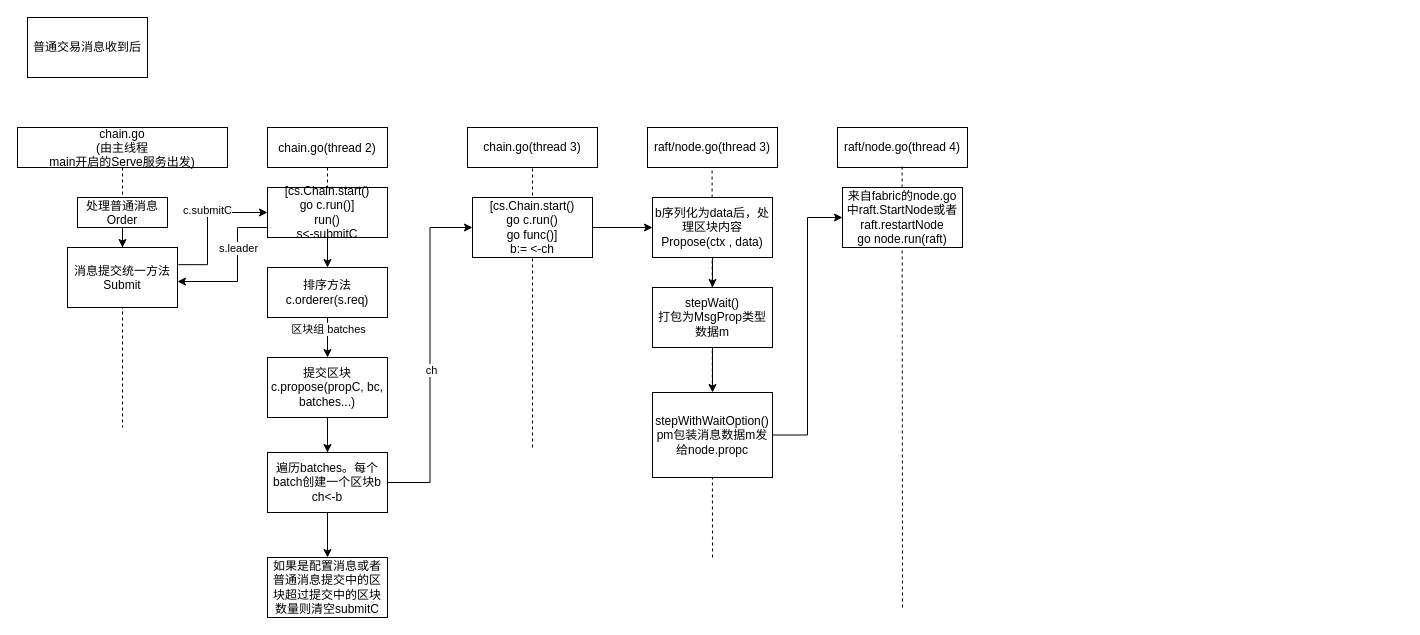
Above: Untitled Diagram.drawio in burnandgun/diagrams (draw.io), before the change. Source tidied: cells renumbered, new cells numbered last; positions are measured from the earlier drawing's top-left corner, leaving out a move shared by most shapes. Both pictures are drawn from the tidied source at 100%, with x=0, y=0 at pixel (17, 17).
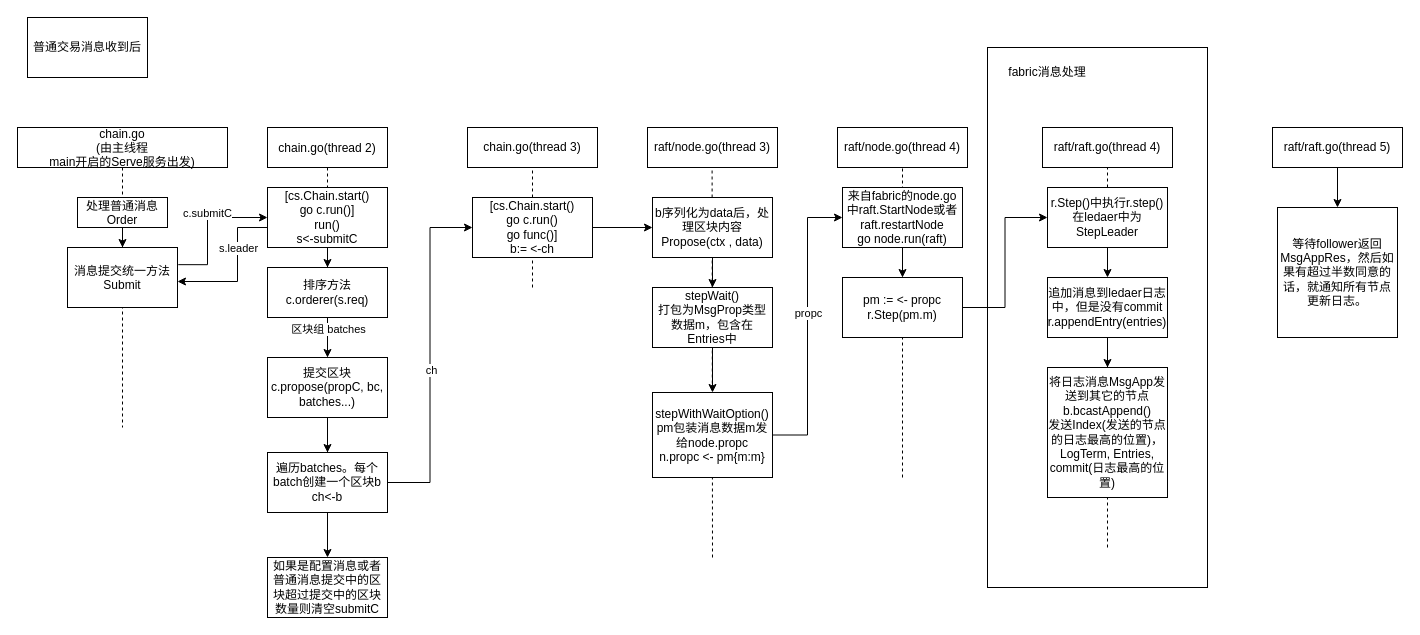
Above is the later version.

Commit message:
全流程完成

The change refers to these unchanged cells:
```xml
<mxCell id="5" value="消息提交统一方法&#10;Submit" style="points=[];perimeter=orthogonalPerimeter;rounded=0;shadow=0;strokeWidth=1;" parent="2" vertex="1">
  <mxGeometry x="50" y="120" width="110" height="60" as="geometry" />
</mxCell>
<mxCell id="6" value="chain.go(thread 2)" style="shape=umlLifeline;perimeter=lifelinePerimeter;rounded=0;shadow=0;strokeWidth=1;" parent="1" vertex="1">
  <mxGeometry x="250" y="110" width="120" height="325" as="geometry" />
</mxCell>
<mxCell id="23" value="&lt;span style=&quot;&quot;&gt;chain.go(thread 3)&lt;/span&gt;" style="rounded=0;whiteSpace=wrap;html=1;" parent="1" vertex="1">
  <mxGeometry x="450" y="110" width="130" height="40" as="geometry" />
</mxCell>
<mxCell id="34" style="edgeStyle=orthogonalEdgeStyle;rounded=0;jettySize=auto;html=1;entryX=0;entryY=0.5;entryDx=0;entryDy=0;" parent="1" edge="1" source="35" target="38">
  <mxGeometry relative="1" as="geometry" />
</mxCell>
<mxCell id="38" value="来自fabric的node.go中raft.StartNode或者raft.restartNode&lt;br&gt;go node.run(raft)" style="whiteSpace=wrap;html=1;rounded=0;" parent="1" vertex="1">
  <mxGeometry x="825" y="170" width="120" height="60" as="geometry" />
</mxCell>
```

What changed in the source:
```diff
@@
+    <mxCell id="39" style="rounded=0;whiteSpace=wrap;html=1;sketch=0;fillColor=none;" parent="1" vertex="1">
+      <mxGeometry x="970" y="30" width="220" height="540" as="geometry" />
+    </mxCell>
@@
     <mxCell id="8" value="[cs.Chain.start()&lt;br&gt;go c.run()]&lt;br&gt;run()&lt;br&gt;s&amp;lt;-submitC" style="whiteSpace=wrap;html=1;rounded=0;shadow=0;strokeWidth=1;" parent="6" vertex="1">
-      <mxGeometry y="60" width="120" height="50" as="geometry" />
+      <mxGeometry y="60" width="120" height="60" as="geometry" />
     </mxCell>
@@
     <mxCell id="14" style="edgeStyle=orthogonalEdgeStyle;rounded=0;jettySize=auto;html=1;entryX=0;entryY=0.5;entryDx=0;entryDy=0;exitX=1.007;exitY=0.286;exitDx=0;exitDy=0;exitPerimeter=0;" parent="1" edge="1" source="5" target="8">
       <mxGeometry relative="1" as="geometry">
         <Array as="points">
           <mxPoint x="190" y="247" />
-          <mxPoint x="190" y="195" />
+          <mxPoint x="190" y="200" />
         </Array>
       </mxGeometry>
     </mxCell>
@@
     <mxCell id="24" style="endArrow=none;dashed=1;html=1;rounded=0;entryX=0.5;entryY=1;entryDx=0;entryDy=0;" parent="1" edge="1" target="23">
       <mxGeometry relative="1" as="geometry">
-        <mxPoint x="515" y="430" as="sourcePoint" />
+        <mxPoint x="515" y="270" as="sourcePoint" />
       </mxGeometry>
     </mxCell>
@@
-    <mxCell id="33" value="stepWait()&lt;br&gt;打包为MsgProp类型数据m" style="whiteSpace=wrap;html=1;rounded=0;" parent="1" vertex="1">
+    <mxCell id="33" value="stepWait()&lt;br&gt;打包为MsgProp类型数据m，包含在Entries中" style="whiteSpace=wrap;html=1;rounded=0;" parent="1" vertex="1">
       <mxGeometry x="635" y="270" width="120" height="60" as="geometry" />
     </mxCell>
@@
+    <mxCell id="40" value="propc" style="edgeLabel;html=1;align=center;verticalAlign=middle;" parent="34" vertex="1">
+      <mxGeometry x="0.1" relative="1" as="geometry">
+        <mxPoint y="1" as="offset" />
+      </mxGeometry>
+    </mxCell>
-    <mxCell id="35" value="stepWithWaitOption()&lt;br&gt;pm包装消息数据m发给node.propc" style="whiteSpace=wrap;html=1;rounded=0;" parent="1" vertex="1">
+    <mxCell id="35" value="stepWithWaitOption()&lt;br&gt;pm包装消息数据m发给node.propc&lt;br&gt;n.propc &amp;lt;- pm{m:m}" style="whiteSpace=wrap;html=1;rounded=0;" parent="1" vertex="1">
       <mxGeometry x="635" y="375" width="120" height="85" as="geometry" />
     </mxCell>
@@
-    <mxCell id="37" style="endArrow=none;dashed=1;html=1;rounded=0;entryX=0.5;entryY=1;entryDx=0;entryDy=0;startArrow=none;" parent="1" edge="1">
+    <mxCell id="37" style="endArrow=none;dashed=1;html=1;rounded=0;startArrow=none;" parent="1" edge="1">
       <mxGeometry relative="1" as="geometry">
-        <mxPoint x="885" y="590" as="sourcePoint" />
-        <mxPoint x="884.6" y="147.5" as="targetPoint" />
+        <mxPoint x="885" y="460" as="sourcePoint" />
+        <mxPoint x="885" y="150" as="targetPoint" />
       </mxGeometry>
     </mxCell>
+    <mxCell id="41" style="edgeStyle=orthogonalEdgeStyle;rounded=0;jettySize=auto;html=1;" parent="1" edge="1" source="38" target="43">
+      <mxGeometry relative="1" as="geometry" />
+    </mxCell>
@@
+    <mxCell id="42" style="edgeStyle=orthogonalEdgeStyle;rounded=0;jettySize=auto;html=1;entryX=0;entryY=0.5;entryDx=0;entryDy=0;" parent="1" edge="1" source="43" target="48">
+      <mxGeometry relative="1" as="geometry" />
+    </mxCell>
+    <mxCell id="43" value="pm := &amp;lt;- propc&lt;br&gt;r.Step(pm.m)" style="whiteSpace=wrap;html=1;rounded=0;" parent="1" vertex="1">
+      <mxGeometry x="825" y="260" width="120" height="60" as="geometry" />
+    </mxCell>
+    <mxCell id="44" value="&lt;span style=&quot;&quot;&gt;raft/raft.go(thread 4)&lt;/span&gt;" style="rounded=0;whiteSpace=wrap;html=1;" parent="1" vertex="1">
+      <mxGeometry x="1025" y="110" width="130" height="40" as="geometry" />
+    </mxCell>
+    <mxCell id="45" style="endArrow=none;dashed=1;html=1;rounded=0;shadow=0;fontFamily=Helvetica;fontSize=11;shape=connector;entryX=0.5;entryY=1;entryDx=0;entryDy=0;startArrow=none;" parent="1" edge="1" source="48" target="44">
+      <mxGeometry relative="1" as="geometry" />
+    </mxCell>
+    <mxCell id="46" style="edgeStyle=none;shape=connector;rounded=0;jettySize=auto;html=1;shadow=0;dashed=1;fontFamily=Helvetica;fontSize=11;startArrow=none;endArrow=none;endFill=1;" parent="1" edge="1" source="48" target="50">
+      <mxGeometry relative="1" as="geometry" />
+    </mxCell>
+    <mxCell id="47" style="edgeStyle=none;shape=connector;rounded=0;jettySize=auto;html=1;exitX=0.5;exitY=1;exitDx=0;exitDy=0;entryX=0.5;entryY=0;entryDx=0;entryDy=0;shadow=0;dashed=1;fontFamily=Helvetica;fontSize=11;startArrow=none;endArrow=none;endFill=1;" parent="1" edge="1" source="48" target="50">
+      <mxGeometry relative="1" as="geometry" />
+    </mxCell>
+    <mxCell id="48" value="r.Step()中执行r.step()在ledaer中为StepLeader" style="whiteSpace=wrap;html=1;rounded=0;" parent="1" vertex="1">
+      <mxGeometry x="1030" y="170" width="120" height="60" as="geometry" />
+    </mxCell>
+    <mxCell id="49" style="edgeStyle=orthogonalEdgeStyle;curved=0;rounded=1;sketch=0;jettySize=auto;html=1;" parent="1" edge="1" source="50" target="53">
+      <mxGeometry relative="1" as="geometry" />
+    </mxCell>
+    <mxCell id="50" value="追加消息到ledaer日志中，但是没有commit&lt;br&gt;r.appendEntry(entries)" style="whiteSpace=wrap;html=1;rounded=0;" parent="1" vertex="1">
+      <mxGeometry x="1030" y="260" width="120" height="60" as="geometry" />
+    </mxCell>
+    <mxCell id="51" style="endArrow=none;dashed=1;html=1;rounded=0;shadow=0;fontFamily=Helvetica;fontSize=11;shape=connector;entryX=0.5;entryY=1;entryDx=0;entryDy=0;" parent="1" edge="1" target="50">
+      <mxGeometry relative="1" as="geometry">
+        <mxPoint x="1090" y="530" as="sourcePoint" />
+      </mxGeometry>
+    </mxCell>
+    <mxCell id="52" style="endArrow=classic;html=1;rounded=0;shadow=0;fontFamily=Helvetica;fontSize=11;exitX=0.5;exitY=1;exitDx=0;exitDy=0;entryX=0.5;entryY=0;entryDx=0;entryDy=0;" parent="1" edge="1" source="48" target="50">
+      <mxGeometry relative="1" as="geometry" />
+    </mxCell>
+    <mxCell id="53" value="将日志消息MsgApp发送到其它的节点&lt;br&gt;b.bcastAppend()&lt;br&gt;发送Index(发送的节点的日志最高的位置)，LogTerm, Entries, commit(日志最高的位置)" style="whiteSpace=wrap;html=1;rounded=0;" parent="1" vertex="1">
+      <mxGeometry x="1030" y="350" width="120" height="130" as="geometry" />
+    </mxCell>
+    <mxCell id="54" value="fabric消息处理" style="text;html=1;strokeColor=none;fillColor=none;align=center;verticalAlign=middle;whiteSpace=wrap;rounded=0;sketch=0;" parent="1" vertex="1">
+      <mxGeometry x="990" y="40" width="80" height="30" as="geometry" />
+    </mxCell>
+    <mxCell id="55" value="等待follower返回MsgAppRes，然后如果有超过半数同意的话，就通知所有节点更新日志。" style="whiteSpace=wrap;html=1;rounded=0;" parent="1" vertex="1">
+      <mxGeometry x="1260" y="190" width="120" height="130" as="geometry" />
+    </mxCell>
+    <mxCell id="56" style="edgeStyle=orthogonalEdgeStyle;curved=0;rounded=1;sketch=0;jettySize=auto;html=1;entryX=0.5;entryY=0;entryDx=0;entryDy=0;" parent="1" edge="1" source="57" target="55">
+      <mxGeometry relative="1" as="geometry" />
+    </mxCell>
+    <mxCell id="57" value="&lt;span style=&quot;&quot;&gt;raft/raft.go(thread 5)&lt;/span&gt;" style="rounded=0;whiteSpace=wrap;html=1;" parent="1" vertex="1">
+      <mxGeometry x="1255" y="110" width="130" height="40" as="geometry" />
+    </mxCell>
```
